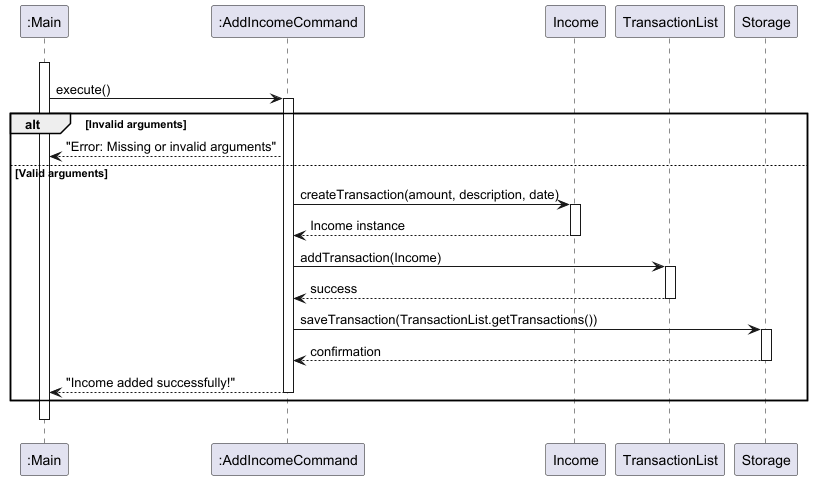
Before: docs/diagrams/addincomecommand/addincomecommand-class-diagram_001.png, a diagram exported from PlantUML (nus-cs2113-AY2425S1/tp). The source it was exported from:
```plantuml
@startuml
participant ":Main" as User

"User" -[hidden]> "User" :
activate User

participant ":AddIncomeCommand" as AddIncomeCmd
User -> AddIncomeCmd: execute()
activate AddIncomeCmd

alt Invalid arguments
    AddIncomeCmd --> User: "Error: Missing or invalid arguments"
else Valid arguments
    participant "Income" as IncomeClass
    AddIncomeCmd -> IncomeClass: createTransaction(amount, description, date)
    activate IncomeClass
    IncomeClass --> AddIncomeCmd: Income instance
    deactivate IncomeClass

    participant "TransactionList" as TransList
    AddIncomeCmd -> TransList: addTransaction(Income)
    activate TransList
    TransList --> AddIncomeCmd: success
    deactivate TransList

    participant "Storage" as Storage
    AddIncomeCmd -> Storage: saveTransaction(TransactionList.getTransactions())
    activate Storage
    Storage --> AddIncomeCmd: confirmation
    deactivate Storage

    AddIncomeCmd --> User: "Income added successfully!"
deactivate AddIncomeCmd
end

"User" -[hidden]> "User" :
deactivate User

@enduml
```
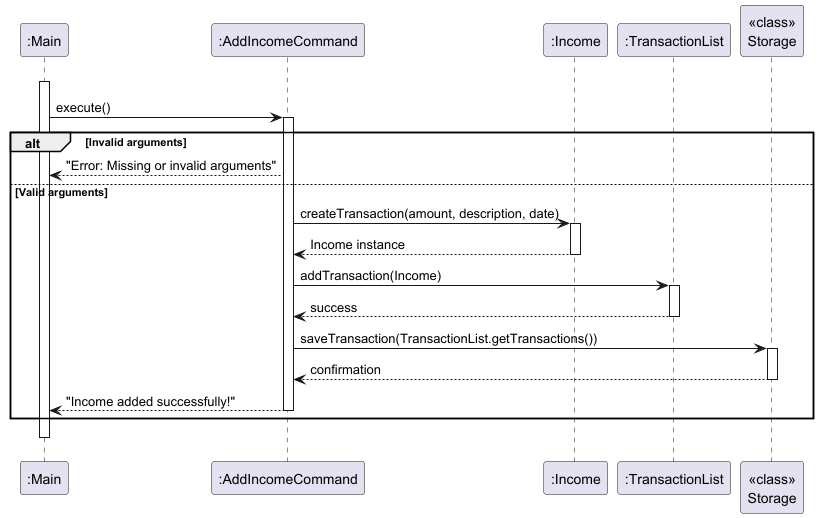
After the commit.

Diff of the diagram source:
```diff
@@ -11,19 +11,19 @@
 alt Invalid arguments
     AddIncomeCmd --> User: "Error: Missing or invalid arguments"
 else Valid arguments
-    participant "Income" as IncomeClass
+    participant ":Income" as IncomeClass
     AddIncomeCmd -> IncomeClass: createTransaction(amount, description, date)
     activate IncomeClass
     IncomeClass --> AddIncomeCmd: Income instance
     deactivate IncomeClass
 
-    participant "TransactionList" as TransList
+    participant ":TransactionList" as TransList
     AddIncomeCmd -> TransList: addTransaction(Income)
     activate TransList
     TransList --> AddIncomeCmd: success
     deactivate TransList
 
-    participant "Storage" as Storage
+    participant "<<class>>\nStorage" as Storage
     AddIncomeCmd -> Storage: saveTransaction(TransactionList.getTransactions())
     activate Storage
     Storage --> AddIncomeCmd: confirmation
```
